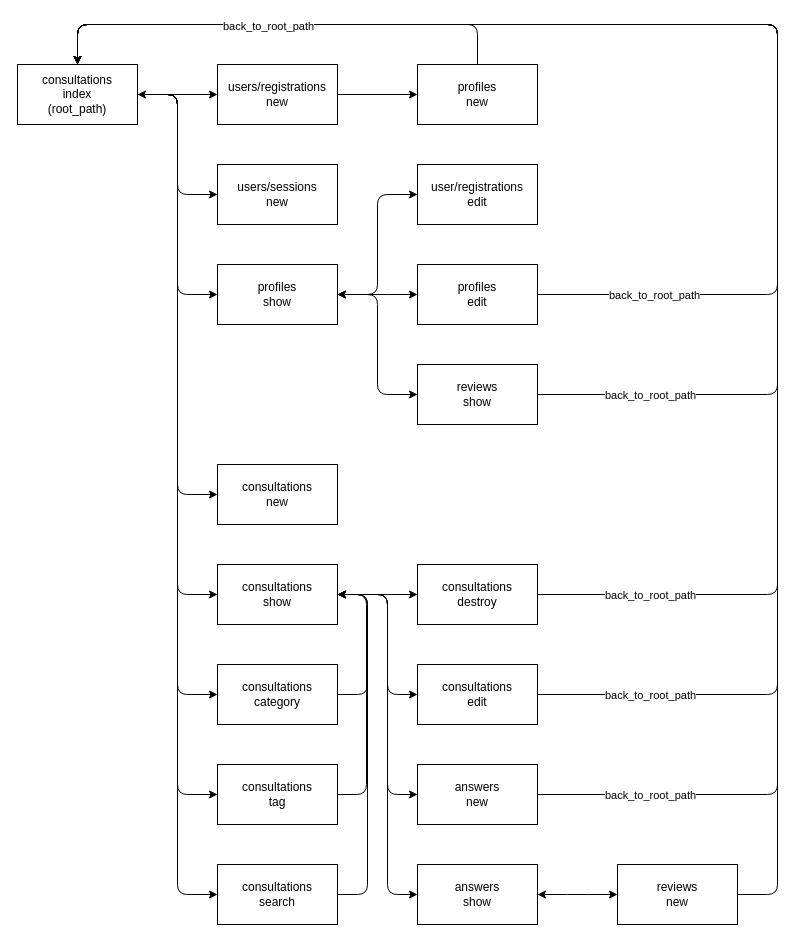
Before: screen_transition.dio in tatsumiwa-pg/brtc, a draw.io diagram. Source tidied: cells renumbered, new cells numbered last; positions are measured from the earlier drawing's top-left corner, leaving out a move shared by most shapes. Both pictures are drawn from the tidied source at 100%, with x=0, y=0 at pixel (17, 24).
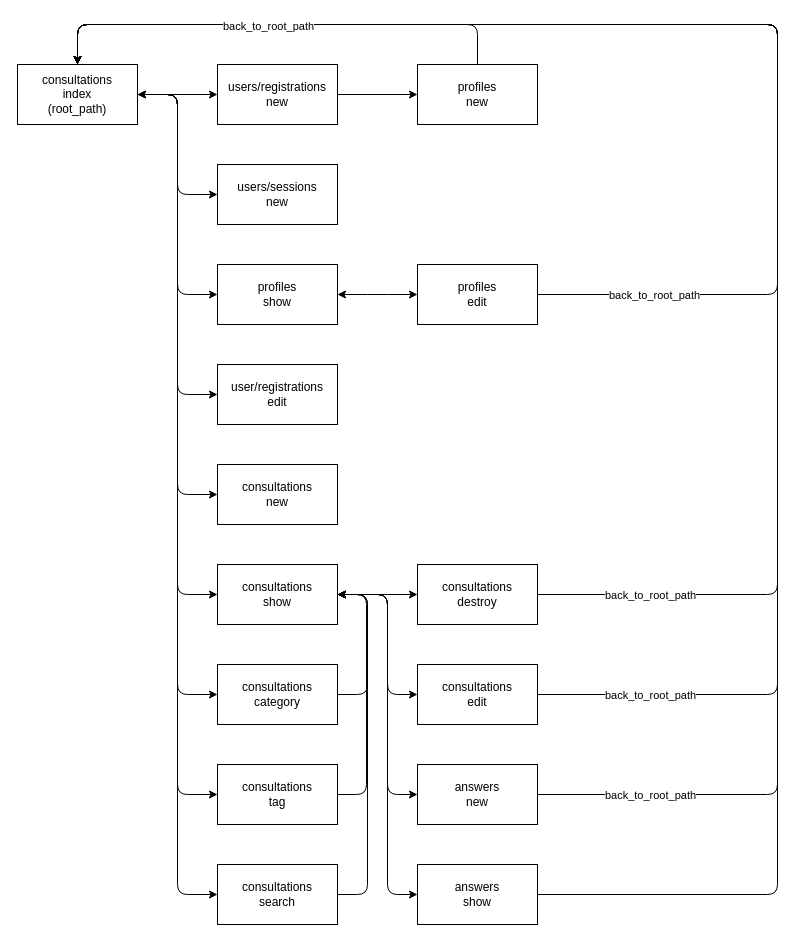
Above is the later version.

Commit message (it also covers changes not shown here):
ER図/画面遷移図の修正/README追記

The change refers to these unchanged cells:
```xml
<mxCell id="4" value="consultations&lt;br&gt;index&lt;br&gt;(root_path)" style="rounded=0;whiteSpace=wrap;html=1;" parent="1" vertex="1">
  <mxGeometry y="40" width="120" height="60" as="geometry" />
</mxCell>
<mxCell id="8" value="profiles&lt;br&gt;show" style="rounded=0;whiteSpace=wrap;html=1;" parent="1" vertex="1">
  <mxGeometry x="200" y="240" width="120" height="60" as="geometry" />
</mxCell>
<mxCell id="16" value="answers&lt;br&gt;show" style="rounded=0;whiteSpace=wrap;html=1;" parent="1" vertex="1">
  <mxGeometry x="400" y="840" width="120" height="60" as="geometry" />
</mxCell>
```

Diff of the diagram source:
```diff
@@
-    <mxCell id="15" style="edgeStyle=elbowEdgeStyle;elbow=vertical;html=1;startArrow=classic;startFill=1;exitX=1;exitY=0.5;exitDx=0;exitDy=0;entryX=0;entryY=0.5;entryDx=0;entryDy=0;" parent="1" edge="1" source="16" target="17">
-      <mxGeometry relative="1" as="geometry" />
-    </mxCell>
@@
-    <mxCell id="17" value="reviews&lt;br&gt;new" style="rounded=0;whiteSpace=wrap;html=1;" parent="1" vertex="1">
-      <mxGeometry x="600" y="840" width="120" height="60" as="geometry" />
-    </mxCell>
@@
-    <mxCell id="19" value="reviews&lt;br&gt;show" style="rounded=0;whiteSpace=wrap;html=1;" parent="1" vertex="1">
-      <mxGeometry x="400" y="340" width="120" height="60" as="geometry" />
-    </mxCell>
@@
-    <mxCell id="36" style="edgeStyle=elbowEdgeStyle;elbow=horizontal;endArrow=classic;html=1;entryX=0;entryY=0.5;entryDx=0;entryDy=0;startArrow=none;startFill=0;exitX=1;exitY=0.5;exitDx=0;exitDy=0;" parent="1" edge="1" source="8" target="19">
-      <mxGeometry relative="1" as="geometry" />
-    </mxCell>
-    <mxCell id="37" style="edgeStyle=segmentEdgeStyle;endArrow=classic;html=1;elbow=vertical;exitX=1;exitY=0.5;exitDx=0;exitDy=0;entryX=0.5;entryY=0;entryDx=0;entryDy=0;" parent="1" edge="1" source="17" target="4">
+    <mxCell id="37" style="edgeStyle=segmentEdgeStyle;endArrow=classic;html=1;elbow=vertical;exitX=1;exitY=0.5;exitDx=0;exitDy=0;entryX=0.5;entryY=0;entryDx=0;entryDy=0;" parent="1" edge="1" source="16" target="4">
       <mxGeometry relative="1" as="geometry">
         <Array as="points">
           <mxPoint x="760" y="870" />
           <mxPoint x="760" />
           <mxPoint x="60" />
         </Array>
       </mxGeometry>
     </mxCell>
@@
-    <mxCell id="42" style="edgeStyle=segmentEdgeStyle;endArrow=classic;html=1;elbow=vertical;exitX=1;exitY=0.5;exitDx=0;exitDy=0;entryX=0.5;entryY=0;entryDx=0;entryDy=0;" parent="1" edge="1" source="19" target="4">
-      <mxGeometry relative="1" as="geometry">
-        <Array as="points">
-          <mxPoint x="760" y="370" />
-          <mxPoint x="760" />
-          <mxPoint x="60" />
-        </Array>
-      </mxGeometry>
-    </mxCell>
@@
-    <mxCell id="47" value="back_to_root_path" style="edgeLabel;html=1;align=center;verticalAlign=middle;" parent="1" vertex="1">
-      <mxGeometry x="632.9" y="370" as="geometry" />
-    </mxCell>
@@
     <mxCell id="51" value="user/registrations&lt;br&gt;edit" style="rounded=0;whiteSpace=wrap;html=1;" parent="1" vertex="1">
-      <mxGeometry x="400" y="140" width="120" height="60" as="geometry" />
+      <mxGeometry x="200" y="340" width="120" height="60" as="geometry" />
     </mxCell>
-    <mxCell id="52" style="edgeStyle=elbowEdgeStyle;elbow=horizontal;endArrow=classic;html=1;entryX=1;entryY=0.5;entryDx=0;entryDy=0;startArrow=classic;startFill=1;exitX=0;exitY=0.5;exitDx=0;exitDy=0;" parent="1" edge="1" source="51" target="8">
-      <mxGeometry relative="1" as="geometry" />
+    <mxCell id="52" style="edgeStyle=elbowEdgeStyle;elbow=horizontal;endArrow=classic;html=1;entryX=1;entryY=0.5;entryDx=0;entryDy=0;startArrow=classic;startFill=1;exitX=0;exitY=0.5;exitDx=0;exitDy=0;" parent="1" edge="1" source="51" target="4">
+      <mxGeometry relative="1" as="geometry">
+        <Array as="points">
+          <mxPoint x="160" y="370" />
+        </Array>
+      </mxGeometry>
     </mxCell>
```
